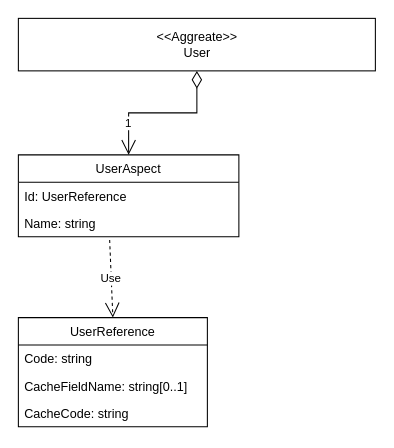
Before: page "User" (2 of 2) of UML/Domain/Domain.drawio in sdlfly2000/SimpleDashboard, a draw.io diagram. Source tidied: cells renumbered, new cells numbered last; positions are measured from the earlier drawing's top-left corner, leaving out a move shared by most shapes. Both pictures are drawn from the tidied source at 105%, with x=0, y=0 at pixel (18, 18).
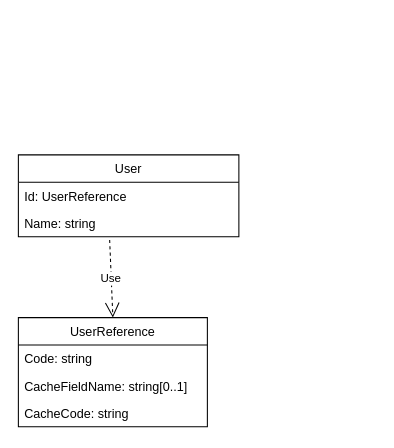
The same diagram, later.

The edit, as a diff of the source:
```diff
@@
 <mxGraphModel>
   <root>
     <mxCell id="0" />
     <mxCell id="1" parent="0" />
-    <mxCell id="2" value="UserAspect" style="swimlane;fontStyle=0;horizontal=1;startSize=26;fillColor=none;" parent="1" vertex="1">
+    <mxCell id="2" value="User" style="swimlane;fontStyle=0;horizontal=1;startSize=26;fillColor=none;" parent="1" vertex="1">
       <mxGeometry y="130" width="210" height="78" as="geometry" />
     </mxCell>
     <mxCell id="3" value="Id: UserReference" style="text;strokeColor=none;fillColor=none;align=left;verticalAlign=top;spacingLeft=4;spacingRight=4;overflow=hidden;" parent="2" vertex="1">
       <mxGeometry y="26" width="210" height="26" as="geometry" />
     </mxCell>
     <mxCell id="4" value="Name: string" style="text;strokeColor=none;fillColor=none;align=left;verticalAlign=top;spacingLeft=4;spacingRight=4;overflow=hidden;points=[[0,0.5],[1,0.5]];portConstraint=eastwest;" parent="2" vertex="1">
       <mxGeometry y="52" width="210" height="26" as="geometry" />
     </mxCell>
-    <mxCell id="5" value="&lt;div&gt;&amp;lt;&amp;lt;Aggreate&amp;gt;&amp;gt;&lt;/div&gt;User" style="html=1;" parent="1" vertex="1">
-      <mxGeometry width="340" height="50" as="geometry" />
-    </mxCell>
     <mxCell id="6" value="UserReference" style="swimlane;fontStyle=0;horizontal=1;startSize=26;fillColor=none;" parent="1" vertex="1">
       <mxGeometry y="285" width="180" height="104" as="geometry" />
     </mxCell>
     <mxCell id="7" value="Code: string" style="text;strokeColor=none;fillColor=none;align=left;verticalAlign=top;spacingLeft=4;spacingRight=4;overflow=hidden;" parent="6" vertex="1">
       <mxGeometry y="26" width="180" height="26" as="geometry" />
     </mxCell>
     <mxCell id="8" value="CacheFieldName: string[0..1]" style="text;strokeColor=none;fillColor=none;align=left;verticalAlign=top;spacingLeft=4;spacingRight=4;overflow=hidden;" parent="6" vertex="1">
       <mxGeometry y="52" width="180" height="26" as="geometry" />
     </mxCell>
     <mxCell id="9" value="CacheCode: string" style="text;strokeColor=none;fillColor=none;align=left;verticalAlign=top;spacingLeft=4;spacingRight=4;overflow=hidden;" parent="6" vertex="1">
       <mxGeometry y="78" width="180" height="26" as="geometry" />
     </mxCell>
-    <mxCell id="10" value="1" style="endArrow=open;html=1;endSize=12;startArrow=diamondThin;startSize=14;startFill=0;edgeStyle=orthogonalEdgeStyle;align=left;verticalAlign=bottom;rounded=0;exitX=0.5;exitY=1;exitDx=0;exitDy=0;" parent="1" edge="1" source="5" target="2">
-      <mxGeometry x="0.71" y="-5" relative="1" as="geometry" />
-    </mxCell>
     <mxCell id="11" value="Use" style="endArrow=open;endSize=12;dashed=1;html=1;rounded=0;entryX=0.5;entryY=0;entryDx=0;entryDy=0;exitX=0.414;exitY=1.115;exitDx=0;exitDy=0;exitPerimeter=0;" parent="1" edge="1" source="4" target="6">
       <mxGeometry relative="1" as="geometry" />
     </mxCell>
   </root>
 </mxGraphModel>
```
